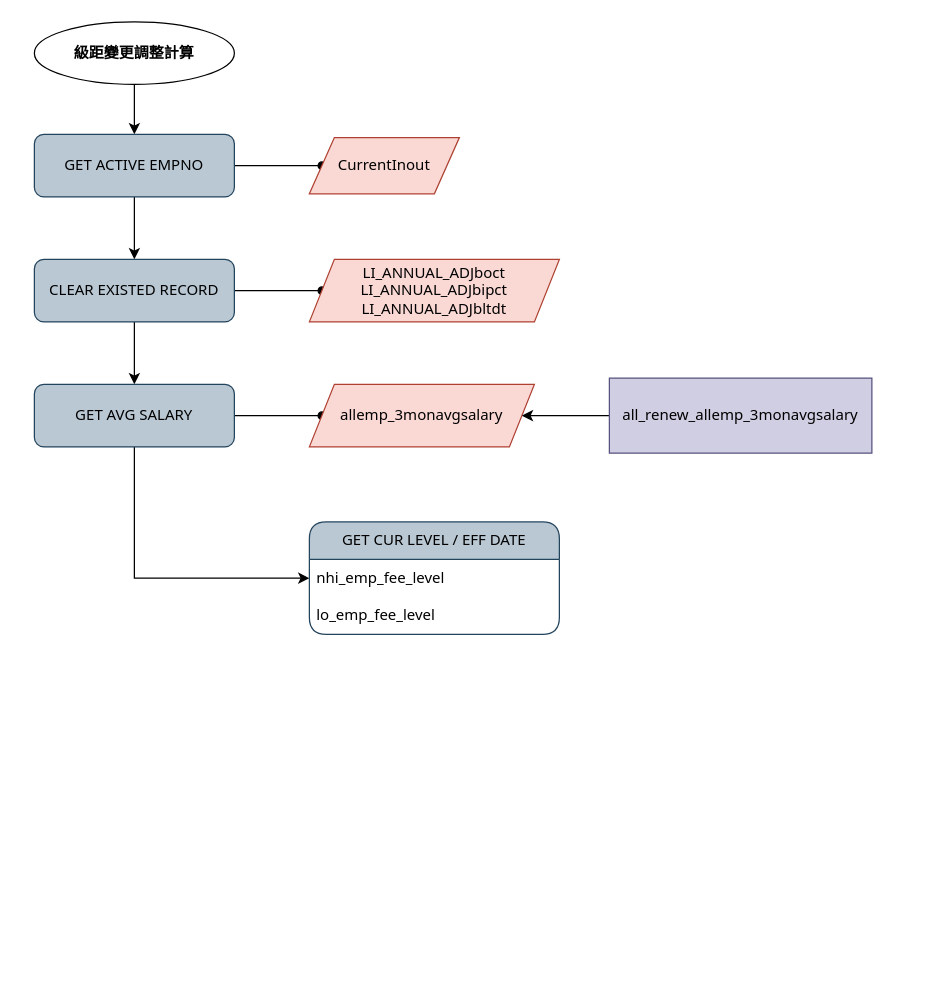
Before: page "Main" (1 of 2) of 勞保級距調整.drawio in charlenelin0/Flow-Chart, a draw.io diagram. Source tidied: cells renumbered, new cells numbered last; positions are measured from the earlier drawing's top-left corner, leaving out a move shared by most shapes. Both pictures are drawn from the tidied source at 125%, with x=0, y=0 at pixel (34, 21).
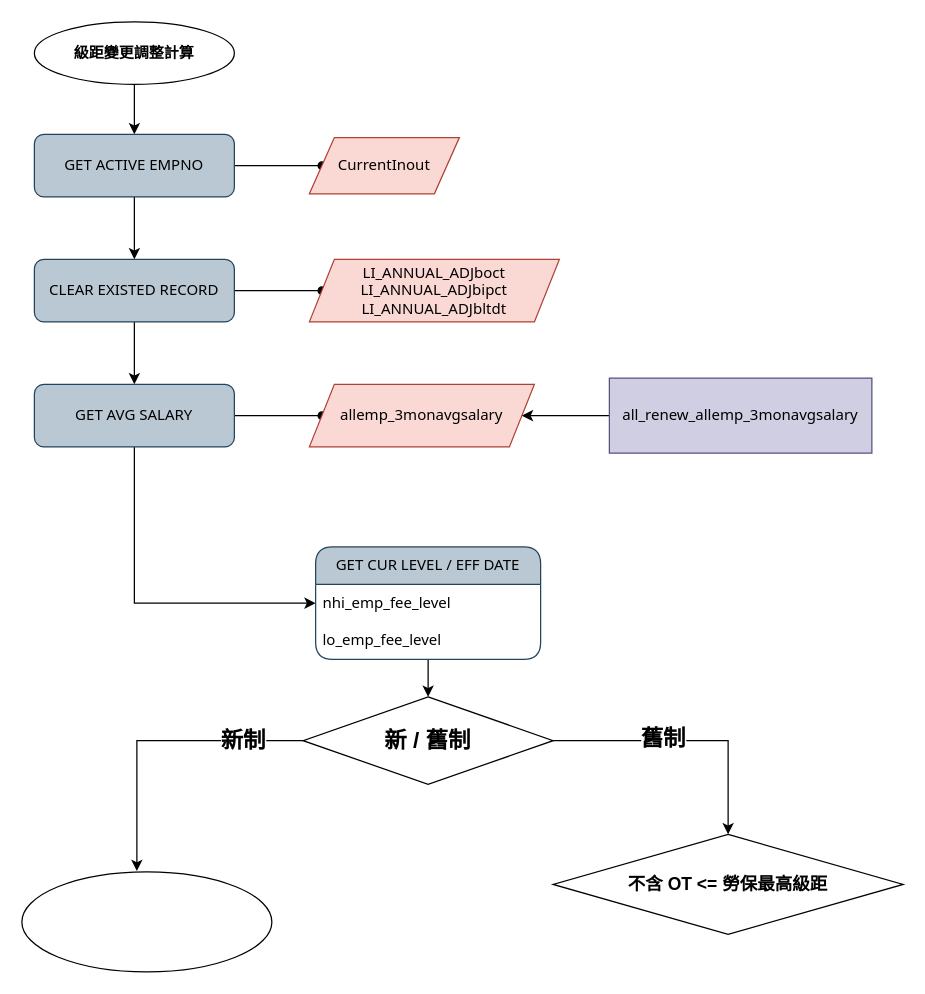
The same diagram, later.

Commit message (it also covers changes not shown here):
Update 勞保級距調整.drawio

Diff of the diagram source:
```diff
@@
+    <mxCell id="23" style="edgeStyle=orthogonalEdgeStyle;rounded=0;jettySize=auto;html=1;entryX=0.5;entryY=0;entryDx=0;entryDy=0;" parent="1" edge="1" source="17" target="26">
+      <mxGeometry relative="1" as="geometry" />
+    </mxCell>
     <mxCell id="17" value="&lt;font face=&quot;Tahoma&quot;&gt;GET CUR LEVEL / EFF DATE&lt;/font&gt;" style="swimlane;fontStyle=0;horizontal=1;startSize=30;whiteSpace=wrap;html=1;rounded=1;fillColor=#bac8d3;strokeColor=#23445d;" parent="1" vertex="1">
-      <mxGeometry x="220" y="400" width="200" height="90" as="geometry" />
+      <mxGeometry x="225" y="420" width="180" height="90" as="geometry" />
     </mxCell>
     <mxCell id="18" value="&lt;font face=&quot;Tahoma&quot;&gt;nhi_emp_fee_level&lt;/font&gt;" style="text;strokeColor=none;fillColor=none;align=left;verticalAlign=middle;spacingLeft=4;spacingRight=4;overflow=hidden;points=[[0,0.5],[1,0.5]];portConstraint=eastwest;whiteSpace=wrap;html=1;" parent="17" vertex="1">
-      <mxGeometry y="30" width="200" height="30" as="geometry" />
+      <mxGeometry y="30" width="180" height="30" as="geometry" />
     </mxCell>
     <mxCell id="19" value="&lt;font face=&quot;Tahoma&quot;&gt;lo_emp_fee_level&lt;/font&gt;" style="text;strokeColor=none;fillColor=none;align=left;verticalAlign=middle;spacingLeft=4;spacingRight=4;overflow=hidden;whiteSpace=wrap;html=1;" parent="17" vertex="1">
-      <mxGeometry y="60" width="200" height="30" as="geometry" />
+      <mxGeometry y="60" width="180" height="30" as="geometry" />
     </mxCell>
@@
+    <mxCell id="24" style="edgeStyle=orthogonalEdgeStyle;rounded=0;jettySize=auto;html=1;exitX=1;exitY=0.5;exitDx=0;exitDy=0;entryX=0.5;entryY=0;entryDx=0;entryDy=0;" parent="1" edge="1" source="26" target="27">
+      <mxGeometry relative="1" as="geometry" />
+    </mxCell>
+    <mxCell id="25" value="&lt;font style=&quot;font-size: 18px;&quot;&gt;&lt;b&gt;舊制&lt;/b&gt;&lt;/font&gt;" style="edgeLabel;html=1;align=center;verticalAlign=middle;" parent="24" vertex="1">
+      <mxGeometry x="-0.19" y="2" relative="1" as="geometry" />
+    </mxCell>
+    <mxCell id="26" value="&lt;font style=&quot;font-size: 18px;&quot;&gt;&lt;b&gt;新 / 舊制&lt;/b&gt;&lt;/font&gt;" style="rhombus;whiteSpace=wrap;html=1;" parent="1" vertex="1">
+      <mxGeometry x="215" y="540" width="200" height="70" as="geometry" />
+    </mxCell>
+    <mxCell id="27" value="&lt;font style=&quot;font-size: 14px;&quot;&gt;&lt;b style=&quot;&quot;&gt;不含 OT &amp;lt;= 勞保最高級距&lt;/b&gt;&lt;/font&gt;" style="rhombus;whiteSpace=wrap;html=1;" parent="1" vertex="1">
+      <mxGeometry x="415" y="650" width="280" height="80" as="geometry" />
+    </mxCell>
+    <mxCell id="28" style="ellipse;whiteSpace=wrap;html=1;" parent="1" vertex="1">
+      <mxGeometry x="-10" y="680" width="200" height="80" as="geometry" />
+    </mxCell>
+    <mxCell id="29" style="edgeStyle=orthogonalEdgeStyle;rounded=0;jettySize=auto;html=1;entryX=0.46;entryY=-0.008;entryDx=0;entryDy=0;entryPerimeter=0;" parent="1" edge="1" source="26" target="28">
+      <mxGeometry relative="1" as="geometry" />
+    </mxCell>
+    <mxCell id="30" value="&lt;font style=&quot;font-size: 18px;&quot;&gt;&lt;b&gt;新制&lt;/b&gt;&lt;/font&gt;" style="edgeLabel;html=1;align=center;verticalAlign=middle;" parent="29" vertex="1">
+      <mxGeometry x="-0.59" y="-1" relative="1" as="geometry" />
+    </mxCell>
```
